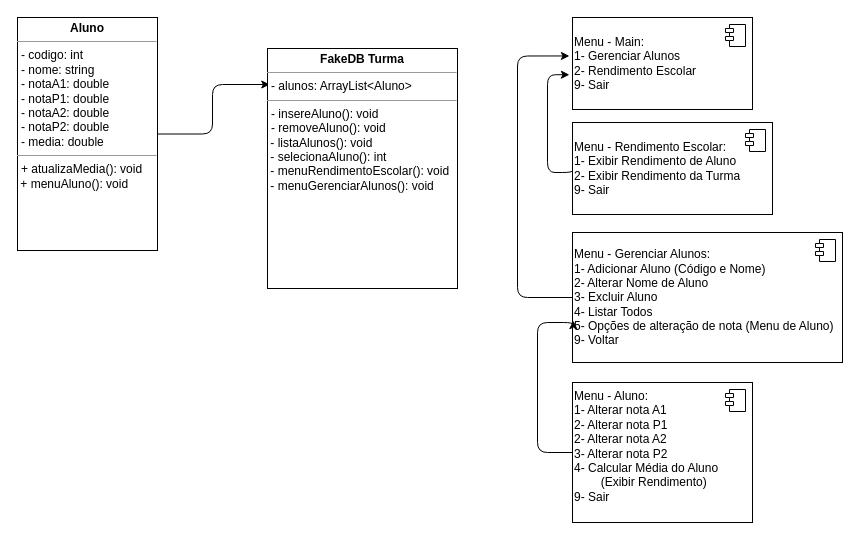
Before: AULA-11/Atividade/Atividade - 06/FakeDB-Escola/docs/projetoescola.drawio in diogoJoseFreitas/UNIDERP-2023.2-LOO, a draw.io diagram. Source tidied: cells renumbered, new cells numbered last; positions are measured from the earlier drawing's top-left corner, leaving out a move shared by most shapes. Both pictures are drawn from the tidied source at 100%, with x=0, y=0 at pixel (17, 17).
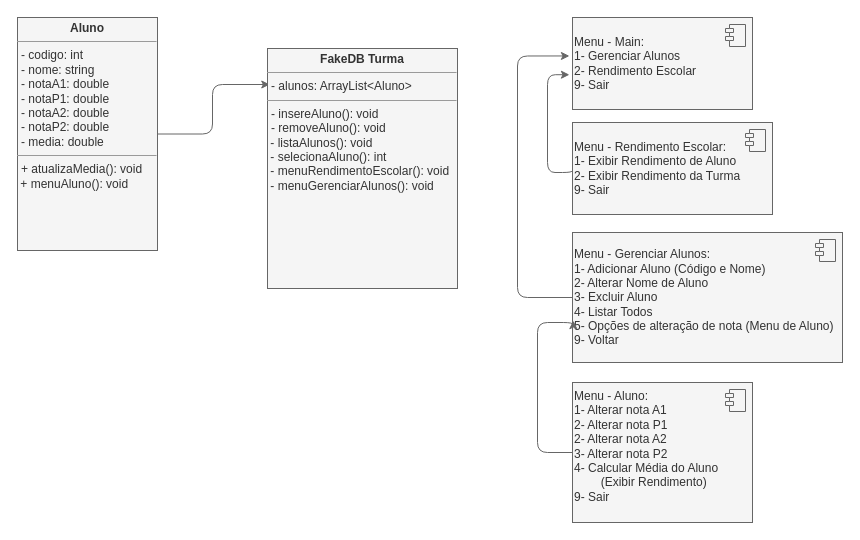
Above is the later version.

The edit, as a diff of the source:
```diff
@@
-    <mxCell id="2" style="edgeStyle=orthogonalEdgeStyle;html=1;entryX=0.012;entryY=0.15;entryDx=0;entryDy=0;entryPerimeter=0;" parent="1" edge="1" source="3" target="6">
+    <mxCell id="2" style="edgeStyle=orthogonalEdgeStyle;html=1;entryX=0.012;entryY=0.15;entryDx=0;entryDy=0;entryPerimeter=0;fillColor=#f5f5f5;strokeColor=#666666;" parent="1" edge="1" source="3" target="6">
       <mxGeometry relative="1" as="geometry" />
     </mxCell>
-    <mxCell id="3" value="&lt;p style=&quot;margin:0px;margin-top:4px;text-align:center;&quot;&gt;&lt;b&gt;Aluno&lt;/b&gt;&lt;/p&gt;&lt;hr size=&quot;1&quot;&gt;&lt;p style=&quot;margin:0px;margin-left:4px;&quot;&gt;- codigo: int&lt;/p&gt;&lt;p style=&quot;margin:0px;margin-left:4px;&quot;&gt;- nome: string&lt;/p&gt;&lt;p style=&quot;margin:0px;margin-left:4px;&quot;&gt;- notaA1: double&lt;/p&gt;&lt;p style=&quot;margin:0px;margin-left:4px;&quot;&gt;- notaP1: double&lt;/p&gt;&lt;p style=&quot;margin:0px;margin-left:4px;&quot;&gt;- notaA2: double&lt;/p&gt;&lt;p style=&quot;margin:0px;margin-left:4px;&quot;&gt;- notaP2: double&lt;/p&gt;&lt;p style=&quot;margin:0px;margin-left:4px;&quot;&gt;- media: double&lt;/p&gt;&lt;hr size=&quot;1&quot;&gt;&lt;p style=&quot;margin:0px;margin-left:4px;&quot;&gt;+ atualizaMedia(): void&lt;br&gt;&lt;/p&gt;&amp;nbsp;+ menuAluno(): void" style="verticalAlign=top;align=left;overflow=fill;fontSize=12;fontFamily=Helvetica;html=1;" parent="1" vertex="1">
+    <mxCell id="3" value="&lt;p style=&quot;margin:0px;margin-top:4px;text-align:center;&quot;&gt;&lt;b&gt;Aluno&lt;/b&gt;&lt;/p&gt;&lt;hr size=&quot;1&quot;&gt;&lt;p style=&quot;margin:0px;margin-left:4px;&quot;&gt;- codigo: int&lt;/p&gt;&lt;p style=&quot;margin:0px;margin-left:4px;&quot;&gt;- nome: string&lt;/p&gt;&lt;p style=&quot;margin:0px;margin-left:4px;&quot;&gt;- notaA1: double&lt;/p&gt;&lt;p style=&quot;margin:0px;margin-left:4px;&quot;&gt;- notaP1: double&lt;/p&gt;&lt;p style=&quot;margin:0px;margin-left:4px;&quot;&gt;- notaA2: double&lt;/p&gt;&lt;p style=&quot;margin:0px;margin-left:4px;&quot;&gt;- notaP2: double&lt;/p&gt;&lt;p style=&quot;margin:0px;margin-left:4px;&quot;&gt;- media: double&lt;/p&gt;&lt;hr size=&quot;1&quot;&gt;&lt;p style=&quot;margin:0px;margin-left:4px;&quot;&gt;+ atualizaMedia(): void&lt;br&gt;&lt;/p&gt;&amp;nbsp;+ menuAluno(): void" style="verticalAlign=top;align=left;overflow=fill;fontSize=12;fontFamily=Helvetica;html=1;fillColor=#f5f5f5;strokeColor=#666666;fontColor=#333333;" parent="1" vertex="1">
       <mxGeometry width="140" height="233" as="geometry" />
     </mxCell>
-    <mxCell id="4" value="Menu - Main:&lt;br&gt;1- Gerenciar Alunos&lt;br&gt;2- Rendimento Escolar&lt;br&gt;&lt;div style=&quot;&quot;&gt;&lt;span style=&quot;background-color: initial;&quot;&gt;9- Sair&lt;/span&gt;&lt;/div&gt;" style="html=1;align=left;verticalAlign=middle;" parent="1" vertex="1">
+    <mxCell id="4" value="Menu - Main:&lt;br&gt;1- Gerenciar Alunos&lt;br&gt;2- Rendimento Escolar&lt;br&gt;&lt;div style=&quot;&quot;&gt;&lt;span style=&quot;background-color: initial;&quot;&gt;9- Sair&lt;/span&gt;&lt;/div&gt;" style="html=1;align=left;verticalAlign=middle;fillColor=#f5f5f5;strokeColor=#666666;fontColor=#333333;" parent="1" vertex="1">
       <mxGeometry x="555" width="180" height="92" as="geometry" />
     </mxCell>
-    <mxCell id="5" style="shape=module;jettyWidth=8;jettyHeight=4;" parent="4" vertex="1">
+    <mxCell id="5" style="shape=module;jettyWidth=8;jettyHeight=4;fillColor=#f5f5f5;strokeColor=#666666;fontColor=#333333;" parent="4" vertex="1">
       <mxGeometry x="1" width="20" height="22" relative="1" as="geometry">
         <mxPoint x="-27" y="7" as="offset" />
       </mxGeometry>
     </mxCell>
-    <mxCell id="6" value="&lt;p style=&quot;margin:0px;margin-top:4px;text-align:center;&quot;&gt;&lt;b&gt;FakeDB Turma&lt;/b&gt;&lt;/p&gt;&lt;hr size=&quot;1&quot;&gt;&lt;p style=&quot;margin:0px;margin-left:4px;&quot;&gt;- alunos: ArrayList&amp;lt;Aluno&amp;gt;&lt;/p&gt;&lt;hr size=&quot;1&quot;&gt;&lt;p style=&quot;margin:0px;margin-left:4px;&quot;&gt;- insereAluno(): void&lt;/p&gt;&lt;p style=&quot;margin:0px;margin-left:4px;&quot;&gt;- removeAluno(): void&lt;/p&gt;&amp;nbsp;- listaAlunos(): void&lt;br&gt;&amp;nbsp;- selecionaAluno(): int&lt;br&gt;&amp;nbsp;- menuRendimentoEscolar(): void&lt;br&gt;&amp;nbsp;- menuGerenciarAlunos(): void" style="verticalAlign=top;align=left;overflow=fill;fontSize=12;fontFamily=Helvetica;html=1;" parent="1" vertex="1">
+    <mxCell id="6" value="&lt;p style=&quot;margin:0px;margin-top:4px;text-align:center;&quot;&gt;&lt;b&gt;FakeDB Turma&lt;/b&gt;&lt;/p&gt;&lt;hr size=&quot;1&quot;&gt;&lt;p style=&quot;margin:0px;margin-left:4px;&quot;&gt;- alunos: ArrayList&amp;lt;Aluno&amp;gt;&lt;/p&gt;&lt;hr size=&quot;1&quot;&gt;&lt;p style=&quot;margin:0px;margin-left:4px;&quot;&gt;- insereAluno(): void&lt;/p&gt;&lt;p style=&quot;margin:0px;margin-left:4px;&quot;&gt;- removeAluno(): void&lt;/p&gt;&amp;nbsp;- listaAlunos(): void&lt;br&gt;&amp;nbsp;- selecionaAluno(): int&lt;br&gt;&amp;nbsp;- menuRendimentoEscolar(): void&lt;br&gt;&amp;nbsp;- menuGerenciarAlunos(): void" style="verticalAlign=top;align=left;overflow=fill;fontSize=12;fontFamily=Helvetica;html=1;fillColor=#f5f5f5;strokeColor=#666666;fontColor=#333333;" parent="1" vertex="1">
       <mxGeometry x="250" y="31" width="190" height="240" as="geometry" />
     </mxCell>
-    <mxCell id="7" style="edgeStyle=orthogonalEdgeStyle;html=1;entryX=-0.017;entryY=0.418;entryDx=0;entryDy=0;entryPerimeter=0;exitX=0;exitY=0.5;exitDx=0;exitDy=0;" parent="1" edge="1" source="8" target="4">
+    <mxCell id="7" style="edgeStyle=orthogonalEdgeStyle;html=1;entryX=-0.017;entryY=0.418;entryDx=0;entryDy=0;entryPerimeter=0;exitX=0;exitY=0.5;exitDx=0;exitDy=0;fillColor=#f5f5f5;strokeColor=#666666;" parent="1" edge="1" source="8" target="4">
       <mxGeometry relative="1" as="geometry">
         <Array as="points">
           <mxPoint x="500" y="280" />
           <mxPoint x="500" y="39" />
         </Array>
       </mxGeometry>
     </mxCell>
-    <mxCell id="8" value="Menu - Gerenciar Alunos:&lt;br&gt;1- Adicionar Aluno (Código e Nome)&lt;br&gt;2- Alterar Nome de Aluno&lt;br&gt;3- Excluir Aluno&lt;br&gt;4- Listar Todos&lt;br&gt;5- Opções de alteração de nota (Menu de Aluno)&lt;br&gt;&lt;div style=&quot;&quot;&gt;&lt;span style=&quot;background-color: initial;&quot;&gt;9- Voltar&lt;/span&gt;&lt;/div&gt;" style="html=1;align=left;verticalAlign=middle;" parent="1" vertex="1">
+    <mxCell id="8" value="Menu - Gerenciar Alunos:&lt;br&gt;1- Adicionar Aluno (Código e Nome)&lt;br&gt;2- Alterar Nome de Aluno&lt;br&gt;3- Excluir Aluno&lt;br&gt;4- Listar Todos&lt;br&gt;5- Opções de alteração de nota (Menu de Aluno)&lt;br&gt;&lt;div style=&quot;&quot;&gt;&lt;span style=&quot;background-color: initial;&quot;&gt;9- Voltar&lt;/span&gt;&lt;/div&gt;" style="html=1;align=left;verticalAlign=middle;fillColor=#f5f5f5;strokeColor=#666666;fontColor=#333333;" parent="1" vertex="1">
       <mxGeometry x="555" y="215" width="270" height="130" as="geometry" />
     </mxCell>
-    <mxCell id="9" style="shape=module;jettyWidth=8;jettyHeight=4;" parent="8" vertex="1">
+    <mxCell id="9" style="shape=module;jettyWidth=8;jettyHeight=4;fillColor=#f5f5f5;strokeColor=#666666;fontColor=#333333;" parent="8" vertex="1">
       <mxGeometry x="1" width="20" height="22" relative="1" as="geometry">
         <mxPoint x="-27" y="7" as="offset" />
       </mxGeometry>
     </mxCell>
-    <mxCell id="10" style="edgeStyle=orthogonalEdgeStyle;html=1;entryX=-0.017;entryY=0.622;entryDx=0;entryDy=0;entryPerimeter=0;exitX=0;exitY=0.5;exitDx=0;exitDy=0;" parent="1" edge="1" source="11" target="4">
+    <mxCell id="10" style="edgeStyle=orthogonalEdgeStyle;html=1;entryX=-0.017;entryY=0.622;entryDx=0;entryDy=0;entryPerimeter=0;exitX=0;exitY=0.5;exitDx=0;exitDy=0;fillColor=#f5f5f5;strokeColor=#666666;" parent="1" edge="1" source="11" target="4">
       <mxGeometry relative="1" as="geometry">
         <Array as="points">
           <mxPoint x="555" y="155" />
           <mxPoint x="530" y="155" />
           <mxPoint x="530" y="57" />
         </Array>
       </mxGeometry>
     </mxCell>
-    <mxCell id="11" value="Menu - Rendimento Escolar:&lt;br&gt;1- Exibir Rendimento de Aluno&lt;br&gt;2- Exibir Rendimento da Turma&lt;br&gt;&lt;div style=&quot;&quot;&gt;&lt;span style=&quot;background-color: initial;&quot;&gt;9- Sair&lt;/span&gt;&lt;/div&gt;" style="html=1;align=left;verticalAlign=middle;" parent="1" vertex="1">
+    <mxCell id="11" value="Menu - Rendimento Escolar:&lt;br&gt;1- Exibir Rendimento de Aluno&lt;br&gt;2- Exibir Rendimento da Turma&lt;br&gt;&lt;div style=&quot;&quot;&gt;&lt;span style=&quot;background-color: initial;&quot;&gt;9- Sair&lt;/span&gt;&lt;/div&gt;" style="html=1;align=left;verticalAlign=middle;fillColor=#f5f5f5;strokeColor=#666666;fontColor=#333333;" parent="1" vertex="1">
       <mxGeometry x="555" y="105" width="200" height="92" as="geometry" />
     </mxCell>
-    <mxCell id="12" style="shape=module;jettyWidth=8;jettyHeight=4;" parent="11" vertex="1">
+    <mxCell id="12" style="shape=module;jettyWidth=8;jettyHeight=4;fillColor=#f5f5f5;strokeColor=#666666;fontColor=#333333;" parent="11" vertex="1">
       <mxGeometry x="1" width="20" height="22" relative="1" as="geometry">
         <mxPoint x="-27" y="7" as="offset" />
       </mxGeometry>
     </mxCell>
-    <mxCell id="13" style="edgeStyle=orthogonalEdgeStyle;html=1;entryX=0.003;entryY=0.678;entryDx=0;entryDy=0;entryPerimeter=0;exitX=0;exitY=0.5;exitDx=0;exitDy=0;" parent="1" edge="1" source="14" target="8">
+    <mxCell id="13" style="edgeStyle=orthogonalEdgeStyle;html=1;entryX=0.003;entryY=0.678;entryDx=0;entryDy=0;entryPerimeter=0;exitX=0;exitY=0.5;exitDx=0;exitDy=0;fillColor=#f5f5f5;strokeColor=#666666;" parent="1" edge="1" source="14" target="8">
       <mxGeometry relative="1" as="geometry">
         <Array as="points">
           <mxPoint x="520" y="435" />
           <mxPoint x="520" y="305" />
           <mxPoint x="556" y="305" />
         </Array>
       </mxGeometry>
     </mxCell>
-    <mxCell id="14" value="Menu - Aluno:&lt;br&gt;1- Alterar nota A1&lt;br&gt;2- Alterar nota P1&lt;br&gt;2- Alterar nota A2&lt;br&gt;3- Alterar nota P2&lt;br&gt;4- Calcular Média do Aluno&lt;br&gt;&lt;span style=&quot;white-space: pre;&quot;&gt;&#9;&lt;/span&gt;(Exibir Rendimento)&lt;br&gt;&lt;div style=&quot;&quot;&gt;&lt;span style=&quot;background-color: initial;&quot;&gt;9- Sair&lt;/span&gt;&lt;/div&gt;" style="html=1;align=left;verticalAlign=top;" parent="1" vertex="1">
+    <mxCell id="14" value="Menu - Aluno:&lt;br&gt;1- Alterar nota A1&lt;br&gt;2- Alterar nota P1&lt;br&gt;2- Alterar nota A2&lt;br&gt;3- Alterar nota P2&lt;br&gt;4- Calcular Média do Aluno&lt;br&gt;&lt;span style=&quot;white-space: pre;&quot;&gt;&#9;&lt;/span&gt;(Exibir Rendimento)&lt;br&gt;&lt;div style=&quot;&quot;&gt;&lt;span style=&quot;background-color: initial;&quot;&gt;9- Sair&lt;/span&gt;&lt;/div&gt;" style="html=1;align=left;verticalAlign=top;fillColor=#f5f5f5;strokeColor=#666666;fontColor=#333333;" parent="1" vertex="1">
       <mxGeometry x="555" y="365" width="180" height="140" as="geometry" />
     </mxCell>
-    <mxCell id="15" style="shape=module;jettyWidth=8;jettyHeight=4;" parent="14" vertex="1">
+    <mxCell id="15" style="shape=module;jettyWidth=8;jettyHeight=4;fillColor=#f5f5f5;strokeColor=#666666;fontColor=#333333;" parent="14" vertex="1">
       <mxGeometry x="1" width="20" height="22" relative="1" as="geometry">
         <mxPoint x="-27" y="7" as="offset" />
       </mxGeometry>
     </mxCell>
```
